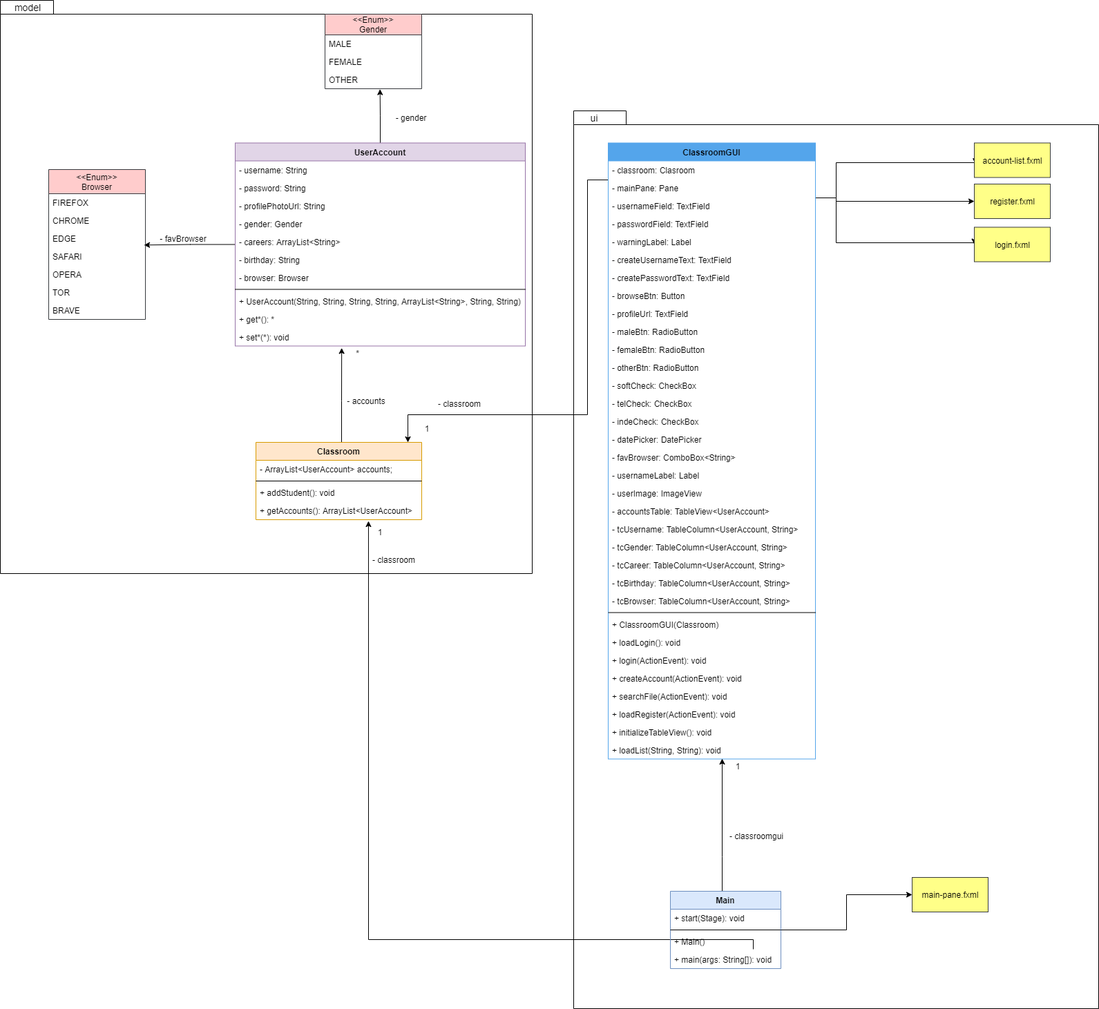
Earlier version of the draw.io export doc/ClassDiagram.png (G-Delgado/Classroom). Source tidied: cells renumbered, new cells last; positions are measured from the earlier drawing's top-left corner, leaving out a move shared by most shapes.
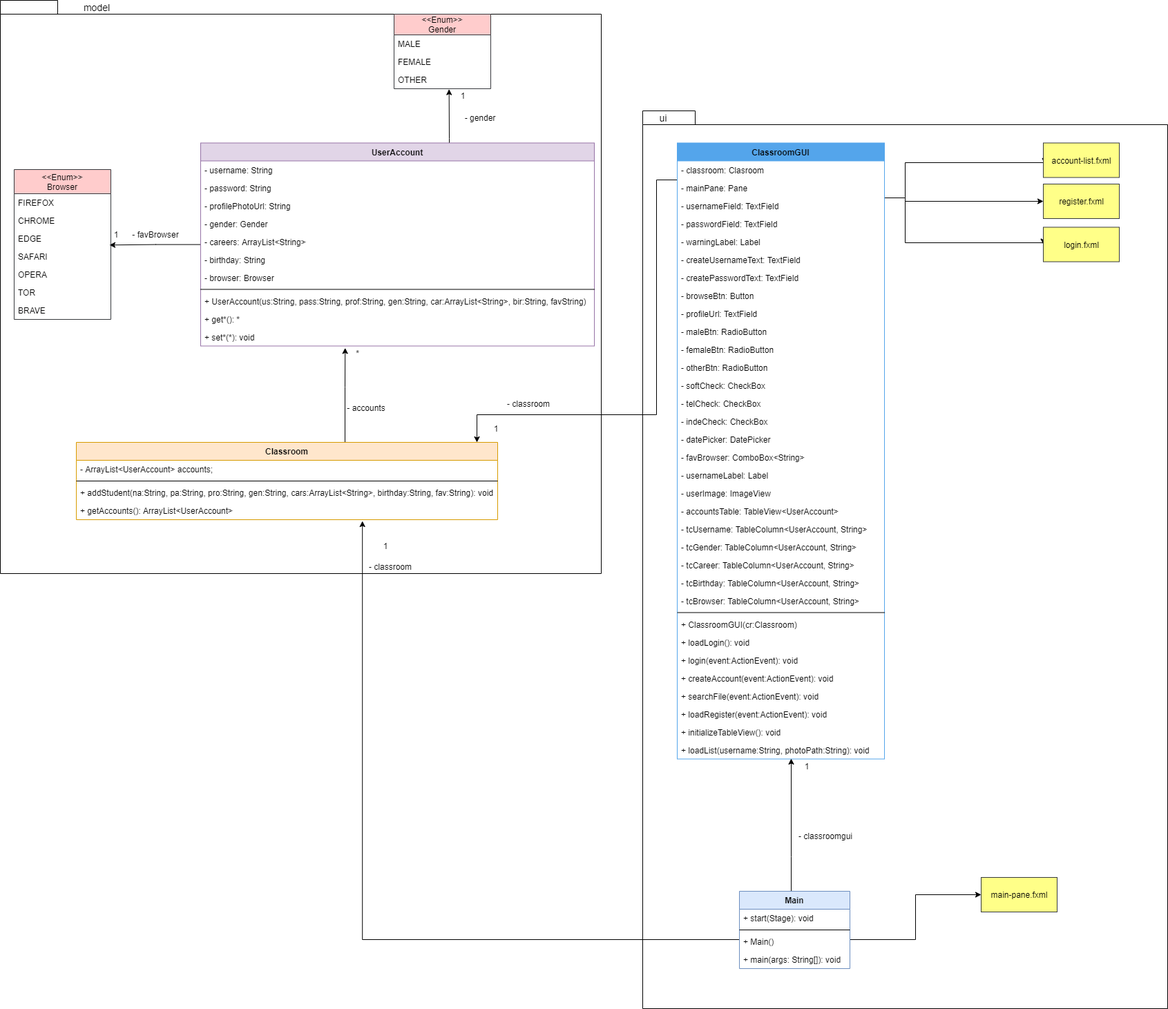
Above is the later version.

Commit message:
Fixed diagram errors

What changed in the source:
```diff
@@ -3,7 +3,7 @@
     <mxCell id="0" />
     <mxCell id="1" parent="0" />
     <mxCell id="2" style="shape=folder;fontStyle=1;spacingTop=10;tabWidth=60;tabHeight=20;tabPosition=left;html=1;" parent="1" vertex="1">
-      <mxGeometry width="770" height="830" as="geometry" />
+      <mxGeometry x="-100" width="870" height="830" as="geometry" />
     </mxCell>
     <mxCell id="3" style="shape=folder;fontStyle=1;spacingTop=10;tabWidth=60;tabHeight=20;tabPosition=left;html=1;" parent="1" vertex="1">
       <mxGeometry x="830" y="160" width="760" height="1300" as="geometry" />
@@ -12,66 +12,71 @@
       <mxGeometry relative="1" as="geometry" />
     </mxCell>
     <mxCell id="5" style="edgeStyle=orthogonalEdgeStyle;rounded=0;jettySize=auto;html=1;entryX=0.569;entryY=1.026;entryDx=0;entryDy=0;entryPerimeter=0;" parent="1" edge="1" source="6" target="88">
-      <mxGeometry relative="1" as="geometry" />
+      <mxGeometry relative="1" as="geometry">
+        <Array as="points">
+          <mxPoint x="550" y="200" />
+          <mxPoint x="550" y="200" />
+        </Array>
+      </mxGeometry>
     </mxCell>
     <mxCell id="6" value="UserAccount" style="swimlane;fontStyle=1;align=center;verticalAlign=top;horizontal=1;startSize=26;fillColor=#e1d5e7;strokeColor=#9673a6;" parent="1" vertex="1">
-      <mxGeometry x="340" y="206.5" width="420" height="294" as="geometry" />
+      <mxGeometry x="190" y="206.5" width="570" height="294" as="geometry" />
     </mxCell>
     <mxCell id="7" value="- username: String" style="text;strokeColor=none;fillColor=none;align=left;verticalAlign=top;spacingLeft=4;spacingRight=4;overflow=hidden;" parent="6" vertex="1">
-      <mxGeometry y="26" width="420" height="26" as="geometry" />
+      <mxGeometry y="26" width="570" height="26" as="geometry" />
     </mxCell>
     <mxCell id="8" value="- password: String" style="text;strokeColor=none;fillColor=none;align=left;verticalAlign=top;spacingLeft=4;spacingRight=4;overflow=hidden;" parent="6" vertex="1">
-      <mxGeometry y="52" width="420" height="26" as="geometry" />
+      <mxGeometry y="52" width="570" height="26" as="geometry" />
     </mxCell>
     <mxCell id="9" value="- profilePhotoUrl: String" style="text;strokeColor=none;fillColor=none;align=left;verticalAlign=top;spacingLeft=4;spacingRight=4;overflow=hidden;" parent="6" vertex="1">
-      <mxGeometry y="78" width="420" height="26" as="geometry" />
+      <mxGeometry y="78" width="570" height="26" as="geometry" />
     </mxCell>
     <mxCell id="10" value="- gender: Gender" style="text;strokeColor=none;fillColor=none;align=left;verticalAlign=top;spacingLeft=4;spacingRight=4;overflow=hidden;" parent="6" vertex="1">
-      <mxGeometry y="104" width="420" height="26" as="geometry" />
+      <mxGeometry y="104" width="570" height="26" as="geometry" />
     </mxCell>
     <mxCell id="11" value="- careers: ArrayList&lt;String&gt;" style="text;strokeColor=none;fillColor=none;align=left;verticalAlign=top;spacingLeft=4;spacingRight=4;overflow=hidden;" parent="6" vertex="1">
-      <mxGeometry y="130" width="420" height="26" as="geometry" />
+      <mxGeometry y="130" width="570" height="26" as="geometry" />
     </mxCell>
     <mxCell id="12" value="- birthday: String" style="text;strokeColor=none;fillColor=none;align=left;verticalAlign=top;spacingLeft=4;spacingRight=4;overflow=hidden;" parent="6" vertex="1">
-      <mxGeometry y="156" width="420" height="26" as="geometry" />
+      <mxGeometry y="156" width="570" height="26" as="geometry" />
     </mxCell>
     <mxCell id="13" value="- browser: Browser" style="text;strokeColor=none;fillColor=none;align=left;verticalAlign=top;spacingLeft=4;spacingRight=4;overflow=hidden;" parent="6" vertex="1">
-      <mxGeometry y="182" width="420" height="26" as="geometry" />
+      <mxGeometry y="182" width="570" height="26" as="geometry" />
     </mxCell>
     <mxCell id="14" style="line;strokeWidth=1;fillColor=none;align=left;verticalAlign=middle;spacingTop=-1;spacingLeft=3;spacingRight=3;labelPosition=right;" parent="6" vertex="1">
-      <mxGeometry y="208" width="420" height="8" as="geometry" />
+      <mxGeometry y="208" width="570" height="8" as="geometry" />
     </mxCell>
-    <mxCell id="15" value="+ UserAccount(String, String, String, String, ArrayList&lt;String&gt;, String, String)" style="text;strokeColor=none;fillColor=none;align=left;verticalAlign=top;spacingLeft=4;spacingRight=4;overflow=hidden;" parent="6" vertex="1">
-      <mxGeometry y="216" width="420" height="26" as="geometry" />
+    <mxCell id="15" value="+ UserAccount(us:String, pass:String, prof:String, gen:String, car:ArrayList&lt;String&gt;, bir:String, favString)" style="text;strokeColor=none;fillColor=none;align=left;verticalAlign=top;spacingLeft=4;spacingRight=4;overflow=hidden;" parent="6" vertex="1">
+      <mxGeometry y="216" width="570" height="26" as="geometry" />
     </mxCell>
     <mxCell id="16" value="+ get*(): *" style="text;strokeColor=none;fillColor=none;align=left;verticalAlign=top;spacingLeft=4;spacingRight=4;overflow=hidden;" parent="6" vertex="1">
-      <mxGeometry y="242" width="420" height="26" as="geometry" />
+      <mxGeometry y="242" width="570" height="26" as="geometry" />
     </mxCell>
     <mxCell id="17" value="+ set*(*): void" style="text;strokeColor=none;fillColor=none;align=left;verticalAlign=top;spacingLeft=4;spacingRight=4;overflow=hidden;points=[[0,0.5],[1,0.5]];portConstraint=eastwest;" parent="6" vertex="1">
-      <mxGeometry y="268" width="420" height="26" as="geometry" />
+      <mxGeometry y="268" width="570" height="26" as="geometry" />
     </mxCell>
     <mxCell id="18" style="edgeStyle=orthogonalEdgeStyle;rounded=0;jettySize=auto;html=1;entryX=0.367;entryY=1.109;entryDx=0;entryDy=0;entryPerimeter=0;" parent="1" edge="1" source="19" target="17">
       <mxGeometry relative="1" as="geometry">
         <Array as="points">
-          <mxPoint x="494" y="580" />
-          <mxPoint x="494" y="580" />
+          <mxPoint x="399" y="560" />
+          <mxPoint x="399" y="560" />
         </Array>
       </mxGeometry>
     </mxCell>
     <mxCell id="19" value="Classroom" style="swimlane;fontStyle=1;align=center;verticalAlign=top;horizontal=1;startSize=26;fillColor=#ffe6cc;strokeColor=#d79b00;" parent="1" vertex="1">
-      <mxGeometry x="370" y="640" width="240" height="112" as="geometry" />
+      <mxGeometry x="10" y="640" width="610" height="112" as="geometry" />
     </mxCell>
     <mxCell id="20" value="- ArrayList&lt;UserAccount&gt; accounts;" style="text;strokeColor=none;fillColor=none;align=left;verticalAlign=top;spacingLeft=4;spacingRight=4;overflow=hidden;" parent="19" vertex="1">
-      <mxGeometry y="26" width="240" height="26" as="geometry" />
+      <mxGeometry y="26" width="610" height="26" as="geometry" />
     </mxCell>
     <mxCell id="21" style="line;strokeWidth=1;fillColor=none;align=left;verticalAlign=middle;spacingTop=-1;spacingLeft=3;spacingRight=3;labelPosition=right;" parent="19" vertex="1">
-      <mxGeometry y="52" width="240" height="8" as="geometry" />
+      <mxGeometry y="52" width="610" height="8" as="geometry" />
     </mxCell>
-    <mxCell id="22" value="+ addStudent(): void" style="text;strokeColor=none;fillColor=none;align=left;verticalAlign=top;spacingLeft=4;spacingRight=4;overflow=hidden;" parent="19" vertex="1">
-      <mxGeometry y="60" width="240" height="26" as="geometry" />
+    <mxCell id="22" value="+ addStudent(na:String, pa:String, pro:String, gen:String, cars:ArrayList&lt;String&gt;, birthday:String, fav:String): void" style="text;strokeColor=none;fillColor=none;align=left;verticalAlign=top;spacingLeft=4;spacingRight=4;overflow=hidden;" parent="19" vertex="1">
+      <mxGeometry y="60" width="610" height="26" as="geometry" />
     </mxCell>
     <mxCell id="23" value="+ getAccounts(): ArrayList&lt;UserAccount&gt;" style="text;strokeColor=none;fillColor=none;align=left;verticalAlign=top;spacingLeft=4;spacingRight=4;overflow=hidden;points=[[0,0.5],[1,0.5]];portConstraint=eastwest;" parent="19" vertex="1">
-      <mxGeometry y="86" width="240" height="26" as="geometry" />
+      <mxGeometry y="86" width="610" height="26" as="geometry" />
     </mxCell>
     <mxCell id="24" style="edgeStyle=orthogonalEdgeStyle;rounded=0;jettySize=auto;html=1;entryX=0.015;entryY=0.613;entryDx=0;entryDy=0;entryPerimeter=0;" parent="1" edge="1" source="28" target="71">
       <mxGeometry relative="1" as="geometry">
@@ -187,38 +192,43 @@
     <mxCell id="54" style="line;strokeWidth=1;fillColor=none;align=left;verticalAlign=middle;spacingTop=-1;spacingLeft=3;spacingRight=3;labelPosition=right;" parent="28" vertex="1">
       <mxGeometry y="676" width="300" height="8" as="geometry" />
     </mxCell>
-    <mxCell id="55" value="+ ClassroomGUI(Classroom)" style="text;strokeColor=none;fillColor=none;align=left;verticalAlign=top;spacingLeft=4;spacingRight=4;overflow=hidden;" parent="28" vertex="1">
+    <mxCell id="55" value="+ ClassroomGUI(cr:Classroom)" style="text;strokeColor=none;fillColor=none;align=left;verticalAlign=top;spacingLeft=4;spacingRight=4;overflow=hidden;" parent="28" vertex="1">
       <mxGeometry y="684" width="300" height="26" as="geometry" />
     </mxCell>
     <mxCell id="56" value="+ loadLogin(): void" style="text;strokeColor=none;fillColor=none;align=left;verticalAlign=top;spacingLeft=4;spacingRight=4;overflow=hidden;" parent="28" vertex="1">
       <mxGeometry y="710" width="300" height="26" as="geometry" />
     </mxCell>
-    <mxCell id="57" value="+ login(ActionEvent): void" style="text;strokeColor=none;fillColor=none;align=left;verticalAlign=top;spacingLeft=4;spacingRight=4;overflow=hidden;" parent="28" vertex="1">
+    <mxCell id="57" value="+ login(event:ActionEvent): void" style="text;strokeColor=none;fillColor=none;align=left;verticalAlign=top;spacingLeft=4;spacingRight=4;overflow=hidden;" parent="28" vertex="1">
       <mxGeometry y="736" width="300" height="26" as="geometry" />
     </mxCell>
-    <mxCell id="58" value="+ createAccount(ActionEvent): void" style="text;strokeColor=none;fillColor=none;align=left;verticalAlign=top;spacingLeft=4;spacingRight=4;overflow=hidden;" parent="28" vertex="1">
+    <mxCell id="58" value="+ createAccount(event:ActionEvent): void" style="text;strokeColor=none;fillColor=none;align=left;verticalAlign=top;spacingLeft=4;spacingRight=4;overflow=hidden;" parent="28" vertex="1">
       <mxGeometry y="762" width="300" height="26" as="geometry" />
     </mxCell>
-    <mxCell id="59" value="+ searchFile(ActionEvent): void" style="text;strokeColor=none;fillColor=none;align=left;verticalAlign=top;spacingLeft=4;spacingRight=4;overflow=hidden;" parent="28" vertex="1">
+    <mxCell id="59" value="+ searchFile(event:ActionEvent): void" style="text;strokeColor=none;fillColor=none;align=left;verticalAlign=top;spacingLeft=4;spacingRight=4;overflow=hidden;" parent="28" vertex="1">
       <mxGeometry y="788" width="300" height="26" as="geometry" />
     </mxCell>
-    <mxCell id="60" value="+ loadRegister(ActionEvent): void" style="text;strokeColor=none;fillColor=none;align=left;verticalAlign=top;spacingLeft=4;spacingRight=4;overflow=hidden;" parent="28" vertex="1">
+    <mxCell id="60" value="+ loadRegister(event:ActionEvent): void" style="text;strokeColor=none;fillColor=none;align=left;verticalAlign=top;spacingLeft=4;spacingRight=4;overflow=hidden;" parent="28" vertex="1">
       <mxGeometry y="814" width="300" height="26" as="geometry" />
     </mxCell>
     <mxCell id="61" value="+ initializeTableView(): void" style="text;strokeColor=none;fillColor=none;align=left;verticalAlign=top;spacingLeft=4;spacingRight=4;overflow=hidden;" parent="28" vertex="1">
       <mxGeometry y="840" width="300" height="26" as="geometry" />
     </mxCell>
-    <mxCell id="62" value="+ loadList(String, String): void" style="text;strokeColor=none;fillColor=none;align=left;verticalAlign=top;spacingLeft=4;spacingRight=4;overflow=hidden;points=[[0,0.5],[1,0.5]];portConstraint=eastwest;" parent="28" vertex="1">
+    <mxCell id="62" value="+ loadList(username:String, photoPath:String): void" style="text;strokeColor=none;fillColor=none;align=left;verticalAlign=top;spacingLeft=4;spacingRight=4;overflow=hidden;points=[[0,0.5],[1,0.5]];portConstraint=eastwest;" parent="28" vertex="1">
       <mxGeometry y="866" width="300" height="26" as="geometry" />
     </mxCell>
     <mxCell id="63" style="edgeStyle=orthogonalEdgeStyle;rounded=0;jettySize=auto;html=1;entryX=0;entryY=0.5;entryDx=0;entryDy=0;" parent="1" edge="1" source="66" target="74">
-      <mxGeometry relative="1" as="geometry" />
+      <mxGeometry relative="1" as="geometry">
+        <Array as="points">
+          <mxPoint x="1225" y="1360" />
+          <mxPoint x="1225" y="1295" />
+        </Array>
+      </mxGeometry>
     </mxCell>
-    <mxCell id="64" style="edgeStyle=orthogonalEdgeStyle;rounded=0;jettySize=auto;html=1;entryX=0.679;entryY=1.077;entryDx=0;entryDy=0;entryPerimeter=0;" parent="1" edge="1" source="66" target="23">
+    <mxCell id="64" style="edgeStyle=orthogonalEdgeStyle;rounded=0;jettySize=auto;html=1;entryX=0.679;entryY=1.077;entryDx=0;entryDy=0;entryPerimeter=0;exitX=0;exitY=0.5;exitDx=0;exitDy=0;" parent="1" edge="1" source="69" target="23">
       <mxGeometry relative="1" as="geometry">
         <Array as="points">
-          <mxPoint x="1090" y="1360" />
-          <mxPoint x="533" y="1360" />
+          <mxPoint x="970" y="1360" />
+          <mxPoint x="424" y="1360" />
         </Array>
       </mxGeometry>
     </mxCell>
@@ -264,13 +274,13 @@
       <mxGeometry x="20" width="40" height="20" as="geometry" />
     </mxCell>
     <mxCell id="77" value="*" style="text;html=1;strokeColor=none;fillColor=none;align=center;verticalAlign=middle;whiteSpace=wrap;rounded=0;" parent="1" vertex="1">
-      <mxGeometry x="500" y="500.5" width="35" height="20" as="geometry" />
+      <mxGeometry x="400" y="500.5" width="35" height="20" as="geometry" />
     </mxCell>
     <mxCell id="78" value="- accounts" style="text;html=1;strokeColor=none;fillColor=none;align=center;verticalAlign=middle;whiteSpace=wrap;rounded=0;" parent="1" vertex="1">
-      <mxGeometry x="500" y="570" width="60" height="20" as="geometry" />
+      <mxGeometry x="400" y="580" width="60" height="20" as="geometry" />
     </mxCell>
     <mxCell id="79" value="1" style="text;html=1;strokeColor=none;fillColor=none;align=center;verticalAlign=middle;whiteSpace=wrap;rounded=0;" parent="1" vertex="1">
-      <mxGeometry x="542" y="760" width="16" height="20" as="geometry" />
+      <mxGeometry x="450" y="780" width="16" height="20" as="geometry" />
     </mxCell>
     <mxCell id="80" value="1" style="text;html=1;strokeColor=none;fillColor=none;align=center;verticalAlign=middle;whiteSpace=wrap;rounded=0;" parent="1" vertex="1">
       <mxGeometry x="610" y="610" width="16" height="20" as="geometry" />
@@ -279,7 +289,7 @@
       <mxGeometry x="630" y="574" width="70" height="20" as="geometry" />
     </mxCell>
     <mxCell id="82" value="- classroom" style="text;html=1;strokeColor=none;fillColor=none;align=center;verticalAlign=middle;whiteSpace=wrap;rounded=0;" parent="1" vertex="1">
-      <mxGeometry x="535" y="800" width="70" height="20" as="geometry" />
+      <mxGeometry x="430" y="810" width="70" height="20" as="geometry" />
     </mxCell>
     <mxCell id="83" value="1" style="text;html=1;strokeColor=none;fillColor=none;align=center;verticalAlign=middle;whiteSpace=wrap;rounded=0;" parent="1" vertex="1">
       <mxGeometry x="1060" y="1098.5" width="16" height="20" as="geometry" />
@@ -300,7 +310,7 @@
       <mxGeometry y="82" width="140" height="26" as="geometry" />
     </mxCell>
     <mxCell id="89" value="&lt;&lt;Enum&gt;&gt;&#10;Browser" style="swimlane;fontStyle=0;horizontal=1;startSize=35;fillColor=#ffcccc;strokeColor=#36393d;" parent="1" vertex="1">
-      <mxGeometry x="70" y="245" width="140" height="217" as="geometry" />
+      <mxGeometry x="-80" y="245" width="140" height="217" as="geometry" />
     </mxCell>
     <mxCell id="90" value="FIREFOX" style="text;strokeColor=none;fillColor=none;align=left;verticalAlign=top;spacingLeft=4;spacingRight=4;overflow=hidden;" parent="89" vertex="1">
       <mxGeometry y="35" width="140" height="26" as="geometry" />
@@ -324,10 +334,16 @@
       <mxGeometry y="191" width="140" height="26" as="geometry" />
     </mxCell>
     <mxCell id="97" value="- favBrowser" style="text;html=1;strokeColor=none;fillColor=none;align=center;verticalAlign=middle;whiteSpace=wrap;rounded=0;" parent="1" vertex="1">
-      <mxGeometry x="230" y="335" width="70" height="20" as="geometry" />
+      <mxGeometry x="90" y="328.5" width="70" height="20" as="geometry" />
     </mxCell>
     <mxCell id="98" value="- gender" style="text;html=1;strokeColor=none;fillColor=none;align=center;verticalAlign=middle;whiteSpace=wrap;rounded=0;" parent="1" vertex="1">
       <mxGeometry x="560" y="160" width="70" height="20" as="geometry" />
     </mxCell>
+    <mxCell id="99" value="1" style="text;html=1;strokeColor=none;fillColor=none;align=center;verticalAlign=middle;whiteSpace=wrap;rounded=0;" parent="1" vertex="1">
+      <mxGeometry x="60" y="328.5" width="16" height="20" as="geometry" />
+    </mxCell>
+    <mxCell id="100" value="1" style="text;html=1;strokeColor=none;fillColor=none;align=center;verticalAlign=middle;whiteSpace=wrap;rounded=0;" parent="1" vertex="1">
+      <mxGeometry x="562" y="128" width="16" height="20" as="geometry" />
+    </mxCell>
   </root>
 </mxGraphModel>
```
